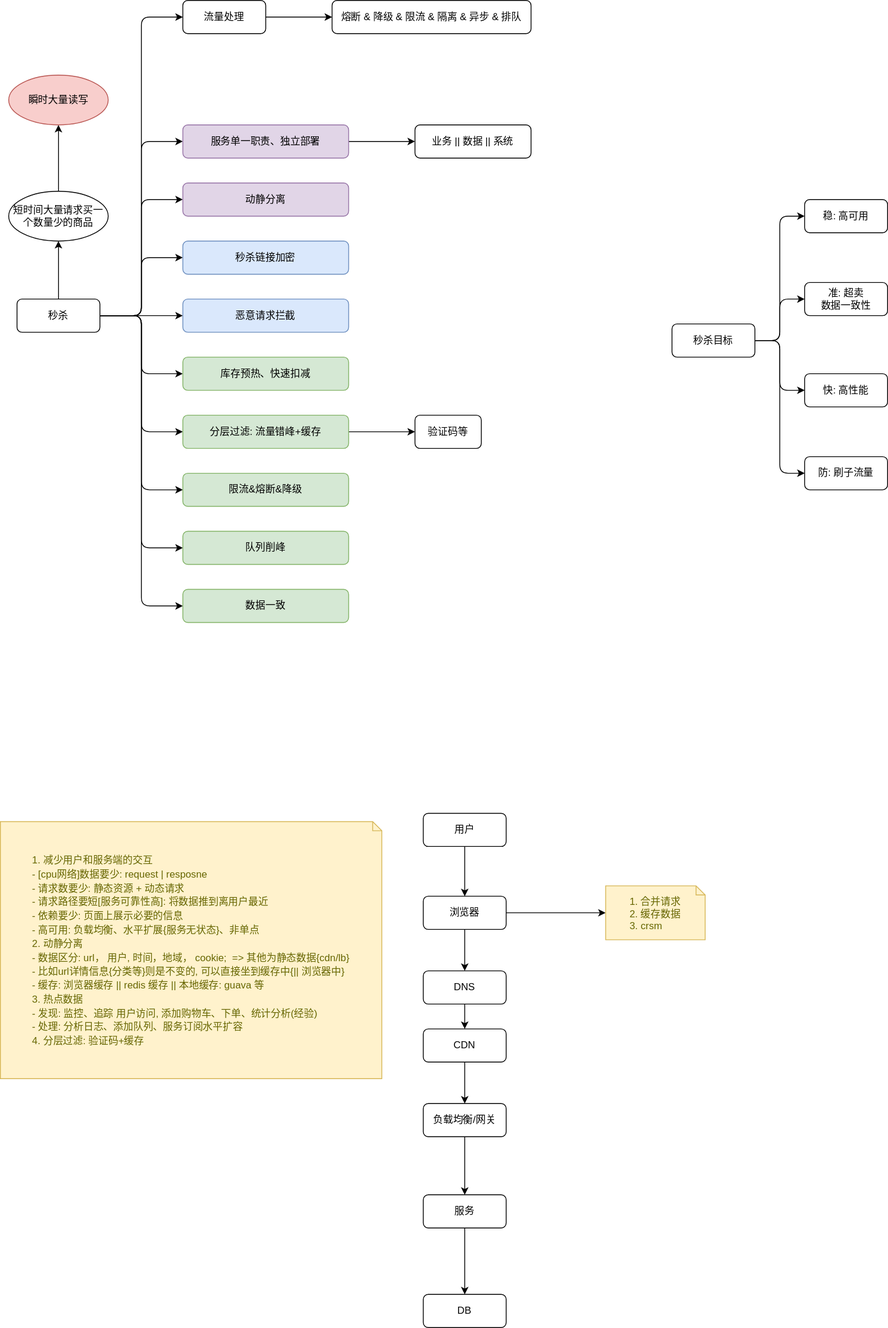
Above: diagrams/design/01.秒杀.svg in Alice52/diagrams (draw.io), before the change. Source tidied: cells renumbered, new cells last; positions are measured from the earlier drawing's top-left corner, leaving out a move shared by most shapes.
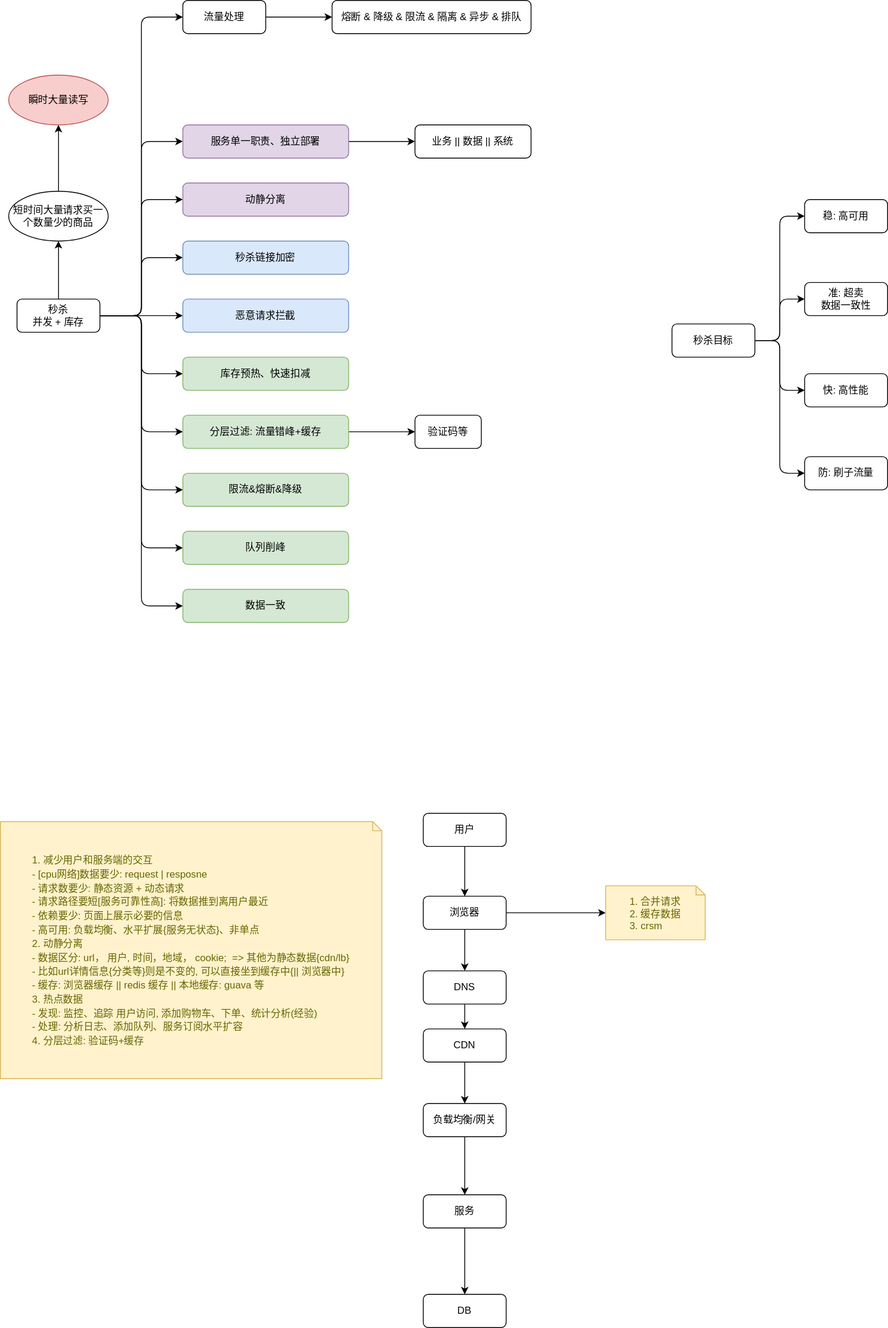
The same diagram one commit later.

The edit, as a diff of the source:
```diff
@@ -35,7 +35,7 @@
     <mxCell id="12" style="edgeStyle=orthogonalEdgeStyle;rounded=1;jettySize=auto;html=1;exitX=1;exitY=0.5;exitDx=0;exitDy=0;entryX=0;entryY=0.5;entryDx=0;entryDy=0;" parent="1" edge="1" source="13" target="57">
       <mxGeometry relative="1" as="geometry" />
     </mxCell>
-    <mxCell id="13" value="秒杀" style="rounded=1;whiteSpace=wrap;html=1;" parent="1" vertex="1">
+    <mxCell id="13" value="秒杀&lt;br&gt;并发 + 库存" style="rounded=1;whiteSpace=wrap;html=1;" parent="1" vertex="1">
       <mxGeometry x="20" y="360" width="100" height="40" as="geometry" />
     </mxCell>
     <mxCell id="14" style="edgeStyle=orthogonalEdgeStyle;rounded=0;jettySize=auto;html=1;" parent="1" edge="1" source="15" target="16">
```
